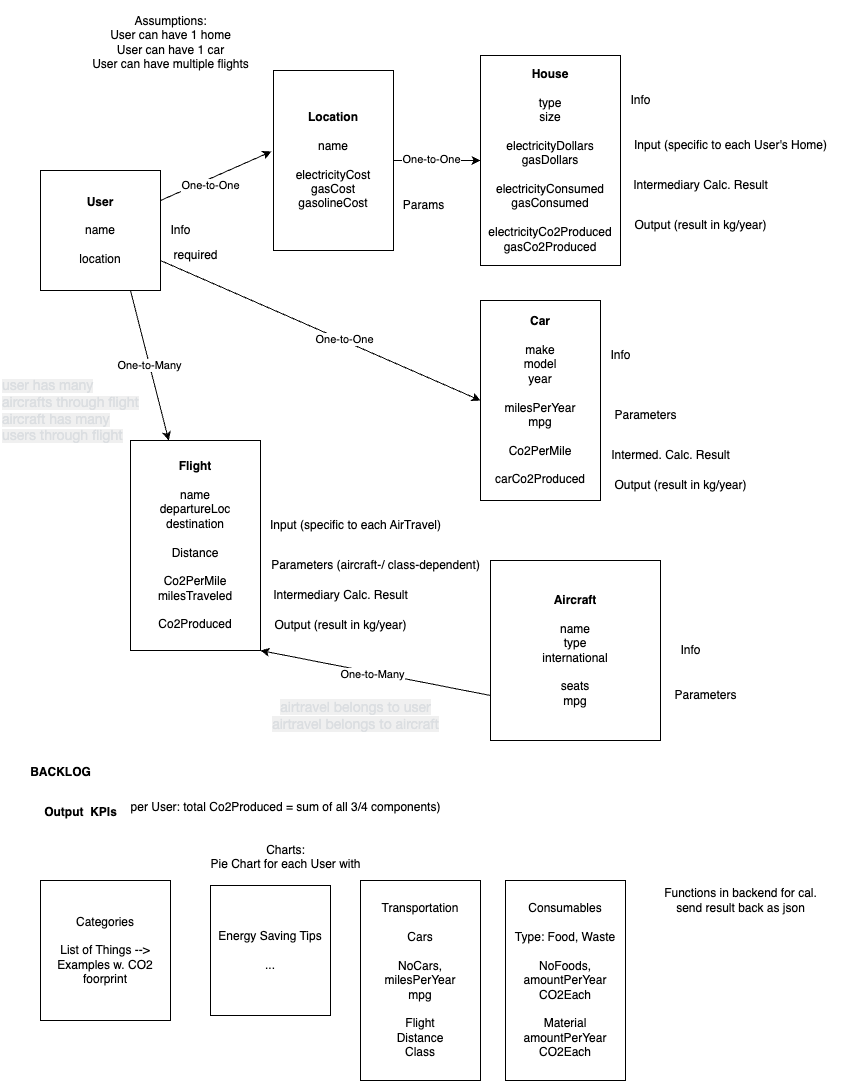
Before: assets/concept.png, a diagram exported from draw.io (oki99doki/CO2day). Source tidied: cells renumbered, new cells last; positions are measured from the earlier drawing's top-left corner, leaving out a move shared by most shapes.
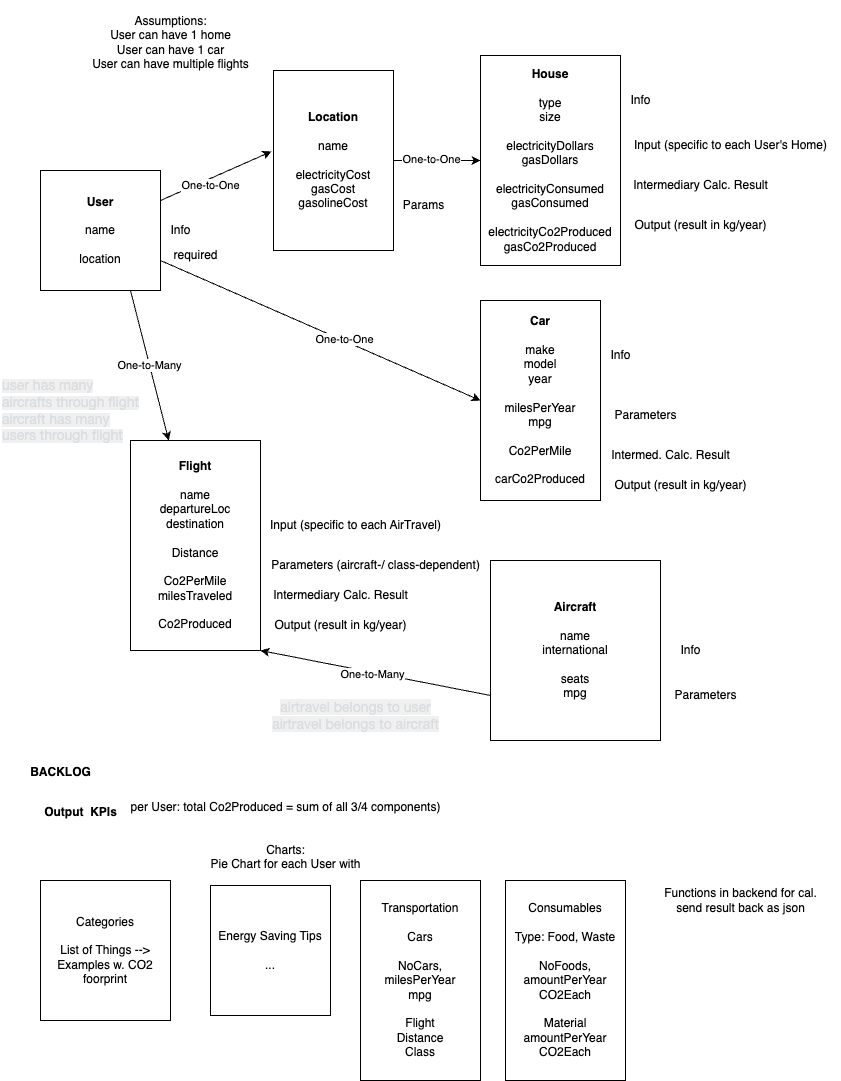
The same file after the commit.

The edit, as a diff of the source:
```diff
@@ -125,7 +125,7 @@
     <mxCell id="40" value="One-to-Many" style="edgeLabel;html=1;align=center;verticalAlign=middle;" parent="39" vertex="1">
       <mxGeometry x="0.02" y="2" relative="1" as="geometry" />
     </mxCell>
-    <mxCell id="41" value="&lt;b&gt;Aircraft&lt;/b&gt;&lt;br&gt;&lt;br&gt;name&lt;br&gt;type&lt;br&gt;international&lt;br&gt;&lt;br&gt;seats&lt;br&gt;mpg" style="whiteSpace=wrap;html=1;" parent="1" vertex="1">
+    <mxCell id="41" value="&lt;b&gt;Aircraft&lt;/b&gt;&lt;br&gt;&lt;br&gt;name&lt;br&gt;international&lt;br&gt;&lt;br&gt;seats&lt;br&gt;mpg" style="whiteSpace=wrap;html=1;" parent="1" vertex="1">
       <mxGeometry x="490" y="560" width="170" height="180" as="geometry" />
     </mxCell>
     <mxCell id="42" value="Parameters" style="text;html=1;align=center;verticalAlign=middle;strokeColor=none;fillColor=none;" parent="1" vertex="1">
```
